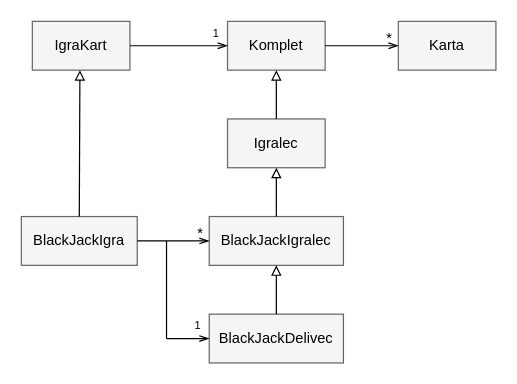
Above: book2/2404/img/black_jack.drawio in anzeljg/rin2 (draw.io), before the change. Source tidied: cells renumbered, new cells numbered last; positions are measured from the earlier drawing's top-left corner, leaving out a move shared by most shapes. Both pictures are drawn from the tidied source at 122%, with x=0, y=0 at pixel (21, 21).
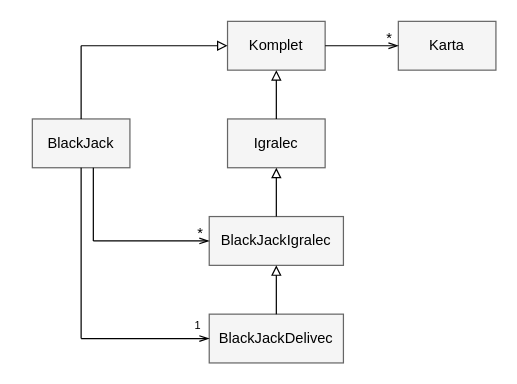
The same page after the edit.

Unchanged cells that the change refers to:
```xml
<mxCell id="5" style="whiteSpace=wrap;html=1;fillColor=#f5f5f5;strokeColor=#666666;" parent="4" vertex="1">
  <mxGeometry width="80" height="40" as="geometry" />
</mxCell>
```

The edit, as a diff of the source:
```diff
@@
-    <mxCell id="2" style="group;" parent="1" vertex="1">
-      <mxGeometry width="389" height="280" as="geometry" />
-    </mxCell>
-    <mxCell id="3" style="group;" parent="2" vertex="1">
-      <mxGeometry width="389" height="280" as="geometry" />
-    </mxCell>
+    <mxCell id="32" style="group;" parent="1" vertex="1">
+      <mxGeometry x="9" width="380" height="280" as="geometry" />
+    </mxCell>
-    <mxCell id="4" style="group;" parent="3" vertex="1">
-      <mxGeometry x="169" width="220" height="120" as="geometry" />
+    <mxCell id="4" style="group;" parent="32" vertex="1">
+      <mxGeometry x="160" width="220" height="120" as="geometry" />
     </mxCell>
@@
-    <mxCell id="14" style="whiteSpace=wrap;html=1;fillColor=#f5f5f5;strokeColor=#666666;" parent="3" vertex="1">
-      <mxGeometry x="9" width="80" height="40" as="geometry" />
-    </mxCell>
-    <mxCell id="15" value="IgraKart" style="text;html=1;strokeColor=none;fillColor=none;align=center;verticalAlign=middle;whiteSpace=wrap;" parent="3" vertex="1">
-      <mxGeometry x="19" y="10" width="60" height="20" as="geometry" />
-    </mxCell>
-    <mxCell id="16" style="endArrow=openThin;html=1;entryX=0;entryY=0.5;exitX=1;exitY=0.5;endFill=0;" parent="3" edge="1" source="14">
-      <mxGeometry relative="1" as="geometry">
-        <mxPoint x="169" y="20" as="targetPoint" />
-      </mxGeometry>
-    </mxCell>
-    <mxCell id="17" value="1" style="text;html=1;strokeColor=none;fillColor=none;align=center;verticalAlign=middle;whiteSpace=wrap;fontSize=9;" parent="3" vertex="1">
-      <mxGeometry x="140" width="40" height="20" as="geometry" />
-    </mxCell>
-    <mxCell id="18" style="whiteSpace=wrap;html=1;fillColor=#f5f5f5;strokeColor=#666666;" parent="3" vertex="1">
-      <mxGeometry x="154" y="160" width="110" height="40" as="geometry" />
+    <mxCell id="18" style="whiteSpace=wrap;html=1;fillColor=#f5f5f5;strokeColor=#666666;" parent="32" vertex="1">
+      <mxGeometry x="145" y="160" width="110" height="40" as="geometry" />
     </mxCell>
-    <mxCell id="19" value="BlackJackIgralec" style="text;html=1;strokeColor=none;fillColor=none;align=center;verticalAlign=middle;whiteSpace=wrap;" parent="3" vertex="1">
-      <mxGeometry x="154" y="170" width="110" height="20" as="geometry" />
+    <mxCell id="19" value="BlackJackIgralec" style="text;html=1;strokeColor=none;fillColor=none;align=center;verticalAlign=middle;whiteSpace=wrap;" parent="32" vertex="1">
+      <mxGeometry x="145" y="170" width="110" height="20" as="geometry" />
     </mxCell>
-    <mxCell id="20" style="endArrow=block;html=1;entryX=0.5;entryY=1;exitX=0.5;exitY=0;endFill=0;strokeWidth=1;" parent="3" edge="1" source="18">
+    <mxCell id="20" style="endArrow=block;html=1;entryX=0.5;entryY=1;exitX=0.5;exitY=0;endFill=0;strokeWidth=1;" parent="32" edge="1" source="18">
       <mxGeometry relative="1" as="geometry">
-        <mxPoint x="209" y="120" as="targetPoint" />
+        <mxPoint x="200" y="120" as="targetPoint" />
       </mxGeometry>
     </mxCell>
-    <mxCell id="21" style="whiteSpace=wrap;html=1;fillColor=#f5f5f5;strokeColor=#666666;" parent="3" vertex="1">
-      <mxGeometry x="154" y="240" width="110" height="40" as="geometry" />
+    <mxCell id="21" style="whiteSpace=wrap;html=1;fillColor=#f5f5f5;strokeColor=#666666;" parent="32" vertex="1">
+      <mxGeometry x="145" y="240" width="110" height="40" as="geometry" />
     </mxCell>
-    <mxCell id="22" value="BlackJackDelivec" style="text;html=1;strokeColor=none;fillColor=none;align=center;verticalAlign=middle;whiteSpace=wrap;" parent="3" vertex="1">
-      <mxGeometry x="154" y="250" width="110" height="20" as="geometry" />
+    <mxCell id="22" value="BlackJackDelivec" style="text;html=1;strokeColor=none;fillColor=none;align=center;verticalAlign=middle;whiteSpace=wrap;" parent="32" vertex="1">
+      <mxGeometry x="145" y="250" width="110" height="20" as="geometry" />
     </mxCell>
-    <mxCell id="23" style="endArrow=block;html=1;entryX=0.5;entryY=1;exitX=0.5;exitY=0;endFill=0;strokeWidth=1;" parent="3" edge="1" source="21">
+    <mxCell id="23" style="endArrow=block;html=1;entryX=0.5;entryY=1;exitX=0.5;exitY=0;endFill=0;strokeWidth=1;" parent="32" edge="1" source="21">
       <mxGeometry relative="1" as="geometry">
-        <mxPoint x="209" y="200" as="targetPoint" />
+        <mxPoint x="200" y="200" as="targetPoint" />
       </mxGeometry>
     </mxCell>
-    <mxCell id="24" style="whiteSpace=wrap;html=1;fillColor=#f5f5f5;strokeColor=#666666;" parent="3" vertex="1">
-      <mxGeometry y="160" width="95" height="40" as="geometry" />
+    <mxCell id="24" style="whiteSpace=wrap;html=1;fillColor=#f5f5f5;strokeColor=#666666;" parent="32" vertex="1">
+      <mxGeometry y="80" width="80" height="40" as="geometry" />
     </mxCell>
-    <mxCell id="25" value="BlackJackIgra" style="text;html=1;strokeColor=none;fillColor=none;align=center;verticalAlign=middle;whiteSpace=wrap;" parent="3" vertex="1">
-      <mxGeometry y="170" width="95" height="20" as="geometry" />
+    <mxCell id="25" value="BlackJack" style="text;html=1;strokeColor=none;fillColor=none;align=center;verticalAlign=middle;whiteSpace=wrap;" parent="32" vertex="1">
+      <mxGeometry y="90" width="80" height="20" as="geometry" />
     </mxCell>
-    <mxCell id="26" style="endArrow=openThin;html=1;exitX=1;exitY=0.5;endFill=0;entryX=0;entryY=0.5;" parent="3" edge="1" source="24" target="19">
-      <mxGeometry relative="1" as="geometry" />
+    <mxCell id="26" style="endArrow=openThin;html=1;endFill=0;entryX=0;entryY=0.5;" parent="32" edge="1" target="19">
+      <mxGeometry relative="1" as="geometry">
+        <mxPoint x="50" y="180" as="sourcePoint" />
+      </mxGeometry>
     </mxCell>
-    <mxCell id="27" style="endArrow=openThin;html=1;strokeWidth=1;fontSize=9;fontColor=#000000;entryX=0;entryY=0.5;endFill=0;" parent="3" edge="1" target="22">
+    <mxCell id="27" style="endArrow=openThin;html=1;strokeWidth=1;fontSize=9;fontColor=#000000;entryX=0;entryY=0.5;endFill=0;" parent="32" edge="1" target="22">
       <mxGeometry relative="1" as="geometry">
-        <mxPoint x="119" y="260" as="sourcePoint" />
+        <mxPoint x="40" y="260" as="sourcePoint" />
       </mxGeometry>
     </mxCell>
-    <mxCell id="28" style="endArrow=none;html=1;strokeWidth=1;fontSize=9;fontColor=#000000;" parent="3" edge="1">
+    <mxCell id="28" style="endArrow=none;html=1;strokeWidth=1;fontSize=9;fontColor=#000000;exitX=0.5;exitY=1;exitDx=0;exitDy=0;" parent="32" edge="1" source="24">
       <mxGeometry relative="1" as="geometry">
-        <mxPoint x="119" y="180" as="sourcePoint" />
-        <mxPoint x="119" y="260" as="targetPoint" />
+        <mxPoint x="40" y="260" as="targetPoint" />
       </mxGeometry>
     </mxCell>
-    <mxCell id="29" value="1" style="text;html=1;strokeColor=none;fillColor=none;align=center;verticalAlign=middle;whiteSpace=wrap;fontSize=9;" parent="3" vertex="1">
-      <mxGeometry x="125" y="240" width="40" height="20" as="geometry" />
+    <mxCell id="29" value="1" style="text;html=1;strokeColor=none;fillColor=none;align=center;verticalAlign=middle;whiteSpace=wrap;fontSize=9;" parent="32" vertex="1">
+      <mxGeometry x="116" y="240" width="40" height="20" as="geometry" />
     </mxCell>
-    <mxCell id="30" value="*" style="text;html=1;strokeColor=none;fillColor=none;align=center;verticalAlign=middle;whiteSpace=wrap;" parent="3" vertex="1">
-      <mxGeometry x="127" y="164" width="40" height="20" as="geometry" />
+    <mxCell id="30" value="*" style="text;html=1;strokeColor=none;fillColor=none;align=center;verticalAlign=middle;whiteSpace=wrap;" parent="32" vertex="1">
+      <mxGeometry x="118" y="164" width="40" height="20" as="geometry" />
     </mxCell>
-    <mxCell id="31" style="endArrow=block;html=1;strokeWidth=1;fontSize=9;fontColor=#000000;exitX=0.5;exitY=0;endFill=0;" parent="3" edge="1" source="24">
-      <mxGeometry relative="1" as="geometry">
-        <mxPoint x="48" y="40" as="targetPoint" />
-      </mxGeometry>
-    </mxCell>
+    <mxCell id="33" style="endArrow=none;html=1;rounded=0;entryX=0.75;entryY=1;entryDx=0;entryDy=0;" parent="32" edge="1">
+      <mxGeometry relative="1" as="geometry">
+        <mxPoint x="50" y="180" as="sourcePoint" />
+        <mxPoint x="50" y="120" as="targetPoint" />
+      </mxGeometry>
+    </mxCell>
+    <mxCell id="34" style="endArrow=block;html=1;rounded=0;entryX=0;entryY=0.5;entryDx=0;entryDy=0;endFill=0;" parent="32" edge="1" target="5">
+      <mxGeometry relative="1" as="geometry">
+        <mxPoint x="40" y="20" as="sourcePoint" />
+      </mxGeometry>
+    </mxCell>
+    <mxCell id="35" style="endArrow=none;html=1;rounded=0;exitX=0.5;exitY=0;exitDx=0;exitDy=0;" parent="32" edge="1" source="24">
+      <mxGeometry relative="1" as="geometry">
+        <mxPoint x="40" y="20" as="targetPoint" />
+      </mxGeometry>
+    </mxCell>
```
